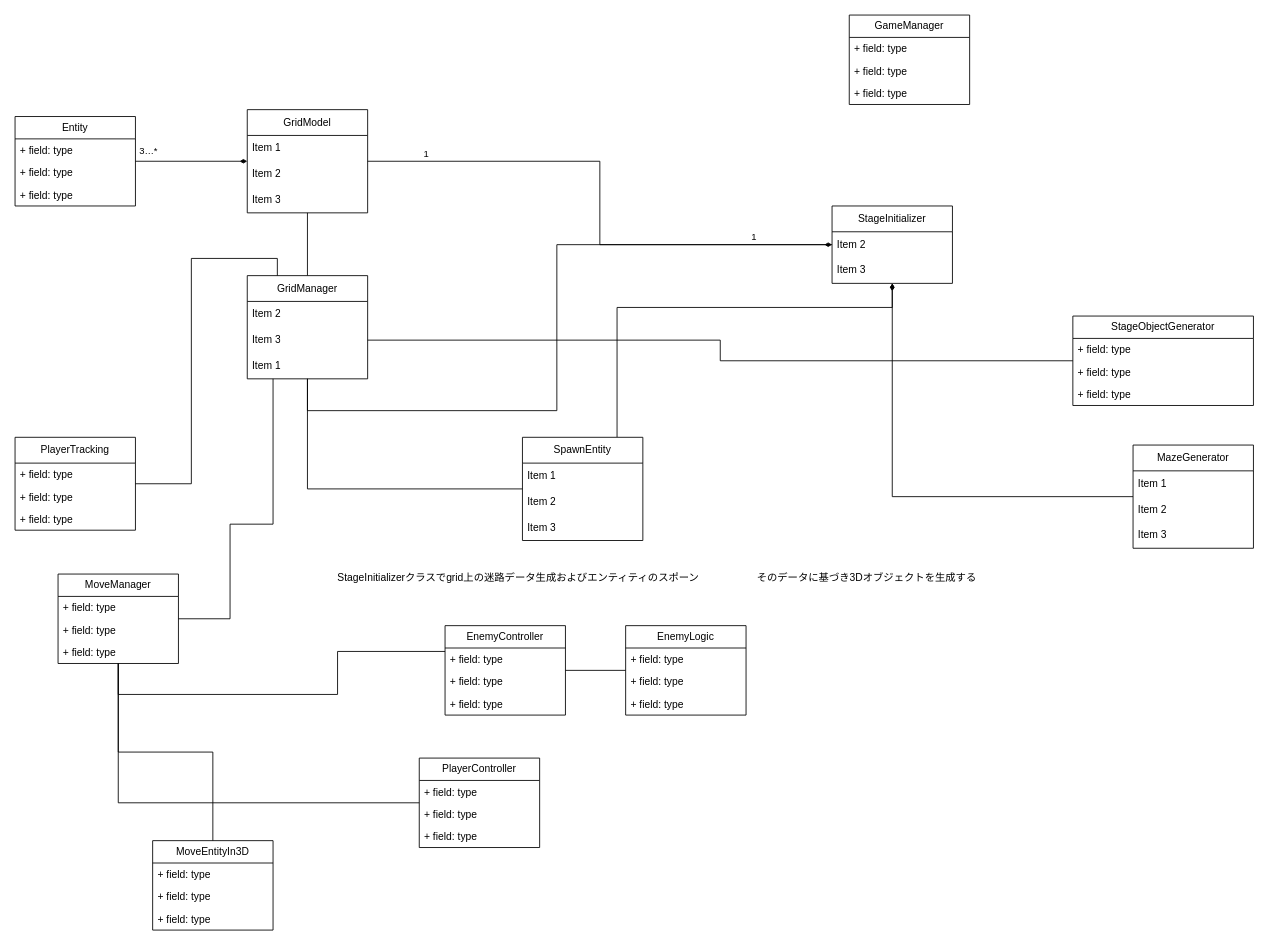
cat-yyy/myportfolio keeps this draw.io diagram as MazeGame_CD.drawio. Above is the earlier version. Source tidied: cells renumbered, new cells numbered last; positions are measured from the earlier drawing's top-left corner, leaving out a move shared by most shapes. Both pictures are drawn from the tidied source at 86%, with x=0, y=0 at pixel (15, 15).
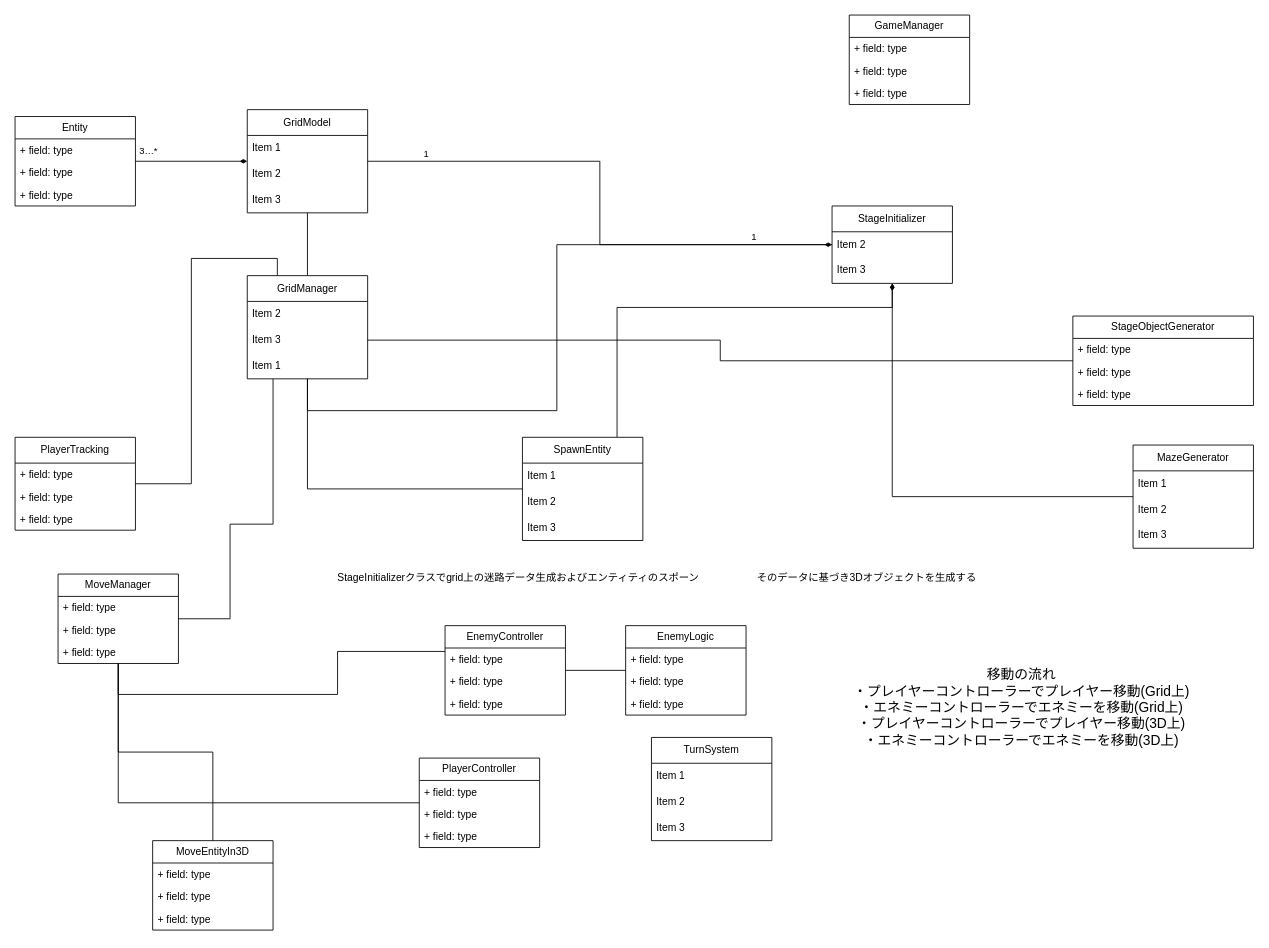
Above is the later version.

Commit message:
MazeGame_CD.drawio を更新します

Change to the diagram source:
```diff
@@
+    <mxCell id="76" value="TurnSystem" style="swimlane;fontStyle=0;horizontal=1;startSize=30;whiteSpace=wrap;html=1;" parent="1" vertex="1">
+      <mxGeometry x="740" y="840" width="140" height="120" as="geometry" />
+    </mxCell>
+    <mxCell id="77" value="Item 1" style="text;strokeColor=none;fillColor=none;align=left;verticalAlign=middle;spacingLeft=4;spacingRight=4;overflow=hidden;whiteSpace=wrap;html=1;" parent="76" vertex="1">
+      <mxGeometry y="30" width="140" height="30" as="geometry" />
+    </mxCell>
+    <mxCell id="78" value="Item 2" style="text;strokeColor=none;fillColor=none;align=left;verticalAlign=middle;spacingLeft=4;spacingRight=4;overflow=hidden;whiteSpace=wrap;html=1;" parent="76" vertex="1">
+      <mxGeometry y="60" width="140" height="30" as="geometry" />
+    </mxCell>
+    <mxCell id="79" value="Item 3" style="text;strokeColor=none;fillColor=none;align=left;verticalAlign=middle;spacingLeft=4;spacingRight=4;overflow=hidden;whiteSpace=wrap;html=1;" parent="76" vertex="1">
+      <mxGeometry y="90" width="140" height="30" as="geometry" />
+    </mxCell>
+    <mxCell id="80" value="移動の流れ&lt;div&gt;・プレイヤーコントローラーでプレイヤー移動(Grid上)&lt;br&gt;・エネミーコントローラーでエネミーを移動(Grid上)&lt;/div&gt;&lt;div&gt;&lt;div&gt;・プレイヤーコントローラーでプレイヤー移動(3D上)&lt;br&gt;・エネミーコントローラーでエネミーを移動(3D上)&lt;/div&gt;&lt;/div&gt;" style="text;html=1;align=center;verticalAlign=middle;strokeColor=none;fillColor=none;fontSize=16;" parent="1" vertex="1">
+      <mxGeometry x="960" y="750" width="420" height="110" as="geometry" />
+    </mxCell>
```
